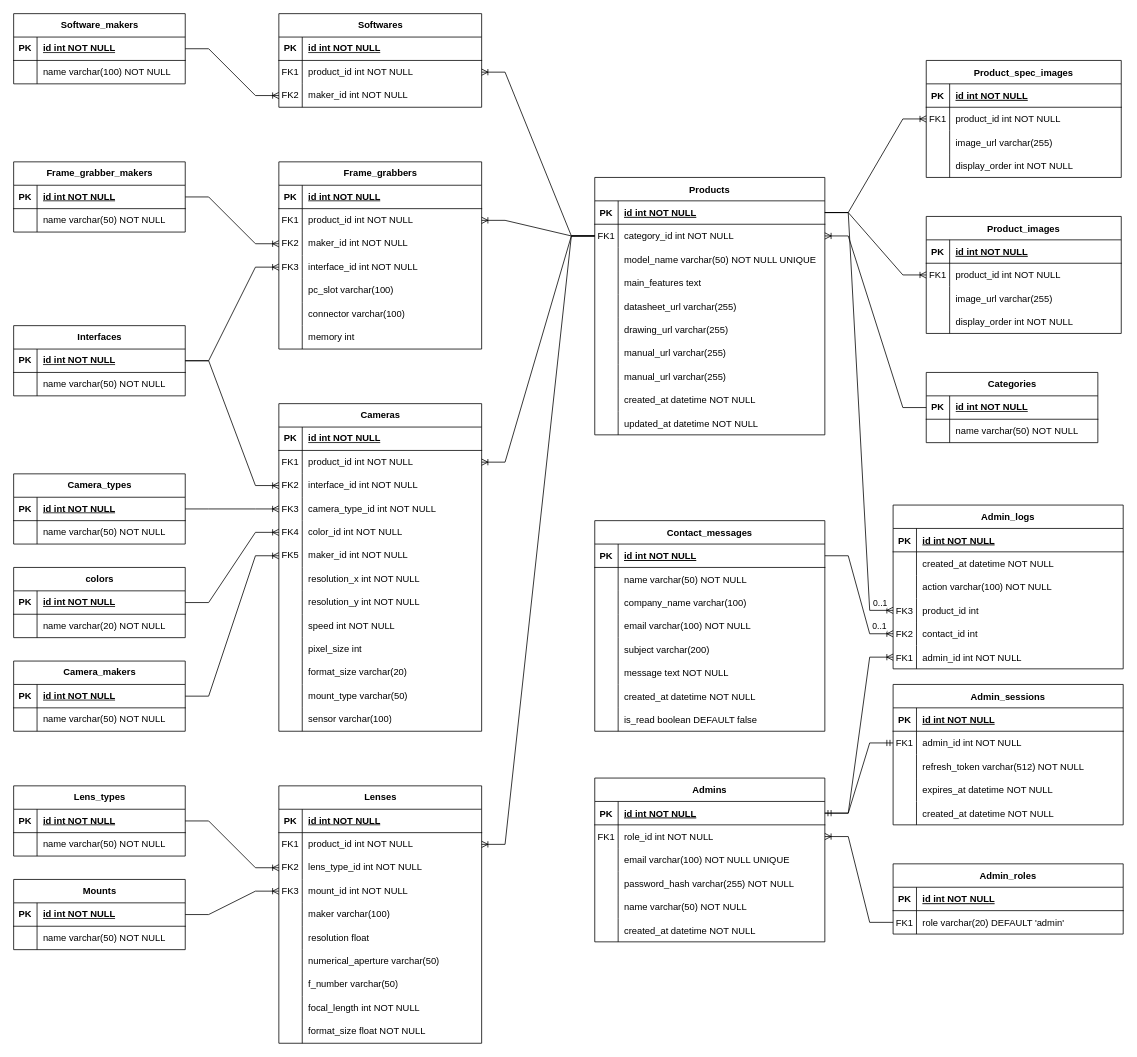
This is er-diagram.drawio from hyeonjun-L/humming-vision, a draw.io file, before an edit. Source tidied: cells renumbered, new cells numbered last; positions are measured from the earlier drawing's top-left corner, leaving out a move shared by most shapes. Both pictures are drawn from the tidied source at 78%, with x=0, y=0 at pixel (13, 13).
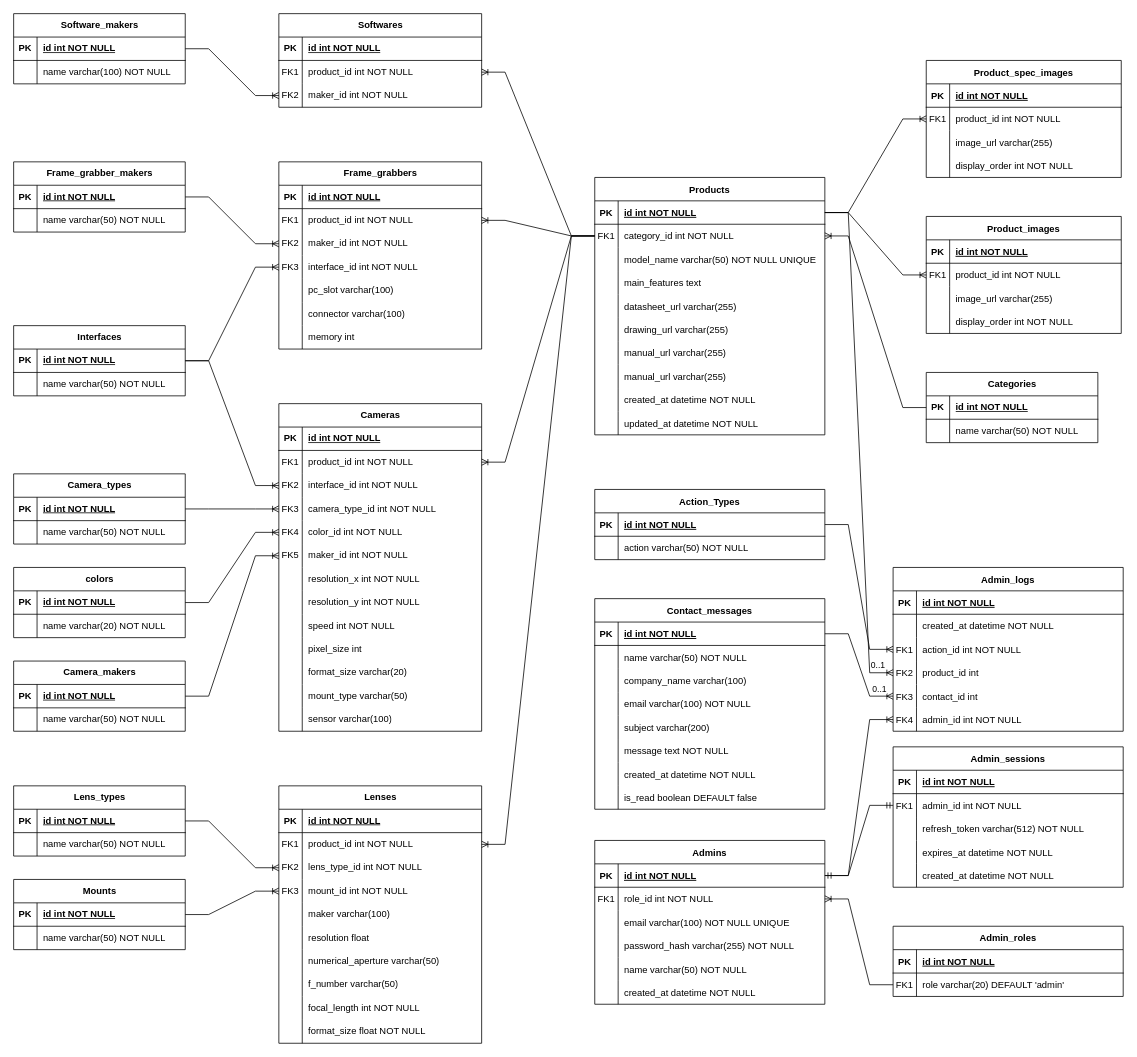
After the change.

Unchanged cells that the change refers to:
```xml
<mxCell id="300" style="shape=partialRectangle;fillColor=none;points=[[0,0.5],[1,0.5]];portConstraint=eastwest;top=0;left=0;right=0;bottom=0;" parent="293" vertex="1">
  <mxGeometry y="90" width="295" height="30" as="geometry" />
</mxCell>
<mxCell id="303" style="shape=partialRectangle;fillColor=none;points=[[0,0.5],[1,0.5]];portConstraint=eastwest;top=0;left=0;right=0;bottom=0;" parent="293" vertex="1">
  <mxGeometry y="120" width="295" height="30" as="geometry" />
</mxCell>
<mxCell id="306" style="shape=partialRectangle;fillColor=none;points=[[0,0.5],[1,0.5]];portConstraint=eastwest;top=0;left=0;right=0;bottom=0;" parent="293" vertex="1">
  <mxGeometry y="150" width="295" height="30" as="geometry" />
</mxCell>
<mxCell id="309" style="shape=partialRectangle;fillColor=none;points=[[0,0.5],[1,0.5]];portConstraint=eastwest;top=0;left=0;right=0;bottom=0;" parent="293" vertex="1">
  <mxGeometry y="180" width="295" height="30" as="geometry" />
</mxCell>
```

Diff of the diagram source:
```diff
@@
     <mxCell id="225" value="Contact_messages" style="shape=table;startSize=30;childLayout=tableLayout;rowLines=0;fontStyle=1;align=center;" parent="1" vertex="1">
-      <mxGeometry x="745" y="650" width="295" height="270" as="geometry" />
+      <mxGeometry x="745" y="750" width="295" height="270" as="geometry" />
     </mxCell>
@@
     <mxCell id="250" value="Admins" style="shape=table;startSize=30;childLayout=tableLayout;rowLines=0;fontStyle=1;align=center;" parent="1" vertex="1">
-      <mxGeometry x="745" y="980" width="295" height="210" as="geometry" />
+      <mxGeometry x="745" y="1060" width="295" height="210" as="geometry" />
     </mxCell>
@@
     <mxCell id="269" value="Admin_roles" style="shape=table;startSize=30;childLayout=tableLayout;rowLines=0;fontStyle=1;align=center;" parent="1" vertex="1">
-      <mxGeometry x="1127.5" y="1090" width="295" height="90" as="geometry" />
+      <mxGeometry x="1127.5" y="1170" width="295" height="90" as="geometry" />
     </mxCell>
@@
     <mxCell id="276" value="Admin_sessions" style="shape=table;startSize=30;childLayout=tableLayout;rowLines=0;fontStyle=1;align=center;" parent="1" vertex="1">
-      <mxGeometry x="1127.5" y="860" width="295" height="180" as="geometry" />
+      <mxGeometry x="1127.5" y="940" width="295" height="180" as="geometry" />
     </mxCell>
@@
     <mxCell id="293" value="Admin_logs" style="shape=table;startSize=30;childLayout=tableLayout;rowLines=0;fontStyle=1;align=center;" parent="1" vertex="1">
-      <mxGeometry x="1127.5" y="630" width="295" height="210" as="geometry" />
+      <mxGeometry x="1127.5" y="710" width="295" height="210" as="geometry" />
     </mxCell>
@@
-    <mxCell id="301" style="shape=partialRectangle;overflow=hidden;fillColor=none;top=0;left=0;bottom=0;right=0;" parent="300" vertex="1">
+    <mxCell id="301" value="FK1" style="shape=partialRectangle;overflow=hidden;fillColor=none;top=0;left=0;bottom=0;right=0;" parent="300" vertex="1">
       <mxGeometry width="30" height="30" as="geometry" />
     </mxCell>
-    <mxCell id="302" value="action varchar(100) NOT NULL" style="shape=partialRectangle;overflow=hidden;fillColor=none;top=0;left=0;bottom=0;right=0;align=left;spacingLeft=6;" parent="300" vertex="1">
+    <mxCell id="302" value="action_id int NOT NULL" style="shape=partialRectangle;overflow=hidden;fillColor=none;top=0;left=0;bottom=0;right=0;align=left;spacingLeft=6;" parent="300" vertex="1">
       <mxGeometry x="30" width="265" height="30" as="geometry" />
     </mxCell>
@@
-    <mxCell id="304" value="FK3" style="shape=partialRectangle;overflow=hidden;fillColor=none;top=0;left=0;bottom=0;right=0;" parent="303" vertex="1">
+    <mxCell id="304" value="FK2" style="shape=partialRectangle;overflow=hidden;fillColor=none;top=0;left=0;bottom=0;right=0;" parent="303" vertex="1">
       <mxGeometry width="30" height="30" as="geometry" />
     </mxCell>
@@
-    <mxCell id="307" value="FK2" style="shape=partialRectangle;overflow=hidden;fillColor=none;top=0;left=0;bottom=0;right=0;" parent="306" vertex="1">
+    <mxCell id="307" value="FK3" style="shape=partialRectangle;overflow=hidden;fillColor=none;top=0;left=0;bottom=0;right=0;" parent="306" vertex="1">
       <mxGeometry width="30" height="30" as="geometry" />
     </mxCell>
@@
-    <mxCell id="310" value="FK1" style="shape=partialRectangle;overflow=hidden;fillColor=none;top=0;left=0;bottom=0;right=0;" parent="309" vertex="1">
+    <mxCell id="310" value="FK4" style="shape=partialRectangle;overflow=hidden;fillColor=none;top=0;left=0;bottom=0;right=0;" parent="309" vertex="1">
       <mxGeometry width="30" height="30" as="geometry" />
     </mxCell>
@@
+    <mxCell id="334" value="Action_Types" style="shape=table;startSize=30;childLayout=tableLayout;rowLines=0;fontStyle=1;align=center;" parent="1" vertex="1">
+      <mxGeometry x="745" y="610" width="295" height="90" as="geometry" />
+    </mxCell>
+    <mxCell id="335" style="shape=partialRectangle;fillColor=none;points=[[0,0.5],[1,0.5]];portConstraint=eastwest;top=0;left=0;right=0;bottom=1;" parent="334" vertex="1">
+      <mxGeometry y="30" width="295" height="30" as="geometry" />
+    </mxCell>
+    <mxCell id="336" value="PK" style="shape=partialRectangle;overflow=hidden;fillColor=none;top=0;left=0;bottom=0;right=0;fontStyle=1;" parent="335" vertex="1">
+      <mxGeometry width="30" height="30" as="geometry" />
+    </mxCell>
+    <mxCell id="337" value="id int NOT NULL " style="shape=partialRectangle;overflow=hidden;fillColor=none;top=0;left=0;bottom=0;right=0;align=left;spacingLeft=6;fontStyle=5;" parent="335" vertex="1">
+      <mxGeometry x="30" width="265" height="30" as="geometry" />
+    </mxCell>
+    <mxCell id="338" style="shape=partialRectangle;fillColor=none;top=0;left=0;right=0;bottom=0;" parent="334" vertex="1">
+      <mxGeometry y="60" width="295" height="30" as="geometry" />
+    </mxCell>
+    <mxCell id="339" style="shape=partialRectangle;overflow=hidden;fillColor=none;top=0;left=0;bottom=0;right=0;" parent="338" vertex="1">
+      <mxGeometry width="30" height="30" as="geometry" />
+    </mxCell>
+    <mxCell id="340" value="action varchar(50) NOT NULL" style="shape=partialRectangle;overflow=hidden;fillColor=none;top=0;left=0;bottom=0;right=0;align=left;spacingLeft=6;" parent="338" vertex="1">
+      <mxGeometry x="30" width="265" height="30" as="geometry" />
+    </mxCell>
+    <mxCell id="341" style="edgeStyle=entityRelationEdgeStyle;fontSize=12;html=1;endArrow=ERoneToMany;rounded=0;" parent="1" edge="1" source="335" target="300">
+      <mxGeometry relative="1" as="geometry" />
+    </mxCell>
```
